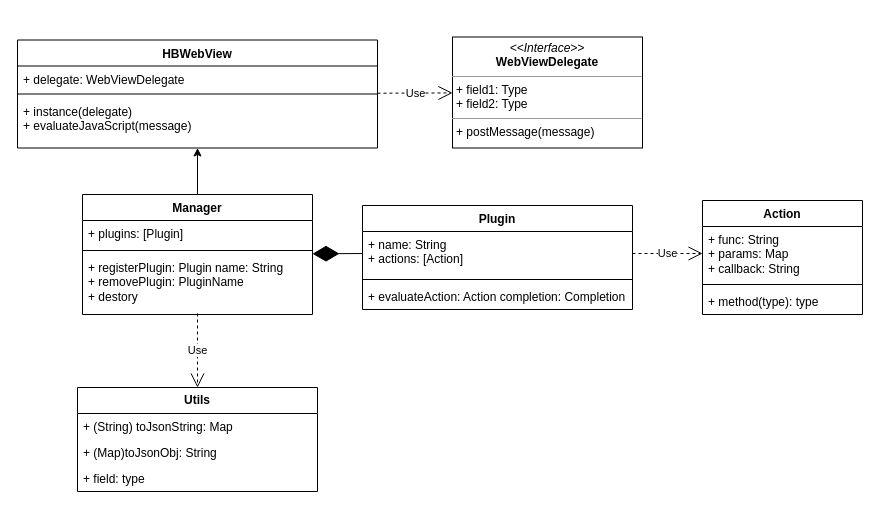
Earlier version of the draw.io diagram 跨端通信方案.drawio (dev-dylan/draw.io). Source tidied: cells renumbered, new cells numbered last; positions are measured from the earlier drawing's top-left corner, leaving out a move shared by most shapes. Both pictures are drawn from the tidied source at 100%, with x=0, y=0 at pixel (17, 37).
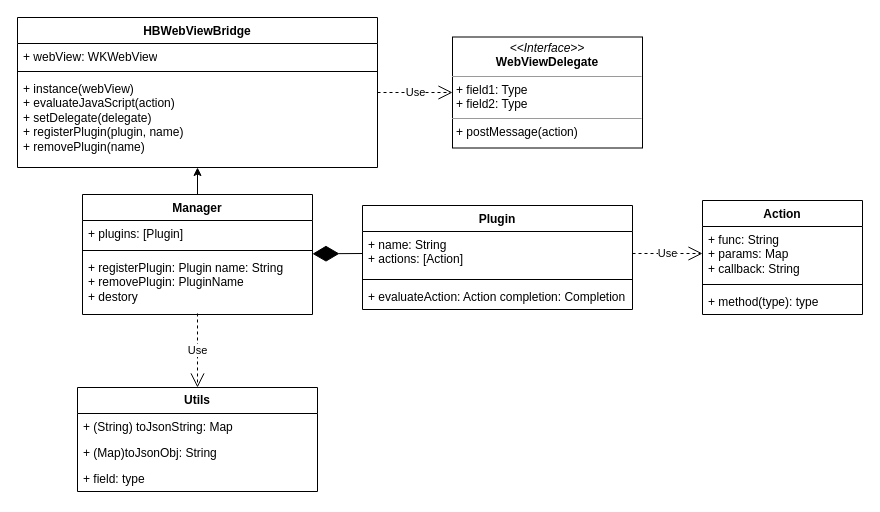
After the change.

Commit message (it also covers changes not shown here):
更新跨端通信方案.drawio

Diff of the diagram source:
```diff
@@
-    <mxCell id="6" value="HBWebView" style="swimlane;fontStyle=1;align=center;verticalAlign=top;horizontal=1;startSize=26;whiteSpace=wrap;html=1;" parent="1" vertex="1">
-      <mxGeometry y="2.5" width="360" height="108" as="geometry" />
+    <mxCell id="6" value="HBWebViewBridge" style="swimlane;fontStyle=1;align=center;verticalAlign=top;horizontal=1;startSize=26;whiteSpace=wrap;html=1;" parent="1" vertex="1">
+      <mxGeometry y="-20" width="360" height="150" as="geometry" />
     </mxCell>
-    <mxCell id="7" value="+ delegate: WebViewDelegate" style="text;strokeColor=none;fillColor=none;align=left;verticalAlign=top;spacingLeft=4;spacingRight=4;overflow=hidden;whiteSpace=wrap;html=1;" parent="6" vertex="1">
+    <mxCell id="7" value="+ webView: WKWebView" style="text;strokeColor=none;fillColor=none;align=left;verticalAlign=top;spacingLeft=4;spacingRight=4;overflow=hidden;whiteSpace=wrap;html=1;" parent="6" vertex="1">
       <mxGeometry y="26" width="360" height="24" as="geometry" />
     </mxCell>
@@
-    <mxCell id="9" value="+ instance(delegate)&lt;br&gt;+ evaluateJavaScript(message)" style="text;strokeColor=none;fillColor=none;align=left;verticalAlign=top;spacingLeft=4;spacingRight=4;overflow=hidden;whiteSpace=wrap;html=1;" parent="6" vertex="1">
-      <mxGeometry y="58" width="360" height="50" as="geometry" />
+    <mxCell id="9" value="+ instance(webView)&lt;br&gt;+ evaluateJavaScript(action)&lt;br&gt;+ setDelegate(delegate)&lt;br&gt;+ registerPlugin(plugin, name)&lt;br&gt;+ removePlugin(name)" style="text;strokeColor=none;fillColor=none;align=left;verticalAlign=top;spacingLeft=4;spacingRight=4;overflow=hidden;whiteSpace=wrap;html=1;" parent="6" vertex="1">
+      <mxGeometry y="58" width="360" height="92" as="geometry" />
     </mxCell>
@@
-    <mxCell id="27" value="&lt;p style=&quot;margin:0px;margin-top:4px;text-align:center;&quot;&gt;&lt;i&gt;&amp;lt;&amp;lt;Interface&amp;gt;&amp;gt;&lt;/i&gt;&lt;br&gt;&lt;b style=&quot;border-color: var(--border-color);&quot;&gt;WebViewDelegate&lt;/b&gt;&lt;br&gt;&lt;/p&gt;&lt;hr size=&quot;1&quot;&gt;&lt;p style=&quot;margin:0px;margin-left:4px;&quot;&gt;+ field1: Type&lt;br&gt;+ field2: Type&lt;/p&gt;&lt;hr size=&quot;1&quot;&gt;&lt;p style=&quot;margin:0px;margin-left:4px;&quot;&gt;+ postMessage(message)&lt;br&gt;&lt;/p&gt;" style="verticalAlign=top;align=left;overflow=fill;fontSize=12;fontFamily=Helvetica;html=1;whiteSpace=wrap;" parent="1" vertex="1">
+    <mxCell id="27" value="&lt;p style=&quot;margin:0px;margin-top:4px;text-align:center;&quot;&gt;&lt;i&gt;&amp;lt;&amp;lt;Interface&amp;gt;&amp;gt;&lt;/i&gt;&lt;br&gt;&lt;b style=&quot;border-color: var(--border-color);&quot;&gt;WebViewDelegate&lt;/b&gt;&lt;br&gt;&lt;/p&gt;&lt;hr size=&quot;1&quot;&gt;&lt;p style=&quot;margin:0px;margin-left:4px;&quot;&gt;+ field1: Type&lt;br&gt;+ field2: Type&lt;/p&gt;&lt;hr size=&quot;1&quot;&gt;&lt;p style=&quot;margin:0px;margin-left:4px;&quot;&gt;+ postMessage(action)&lt;br&gt;&lt;/p&gt;" style="verticalAlign=top;align=left;overflow=fill;fontSize=12;fontFamily=Helvetica;html=1;whiteSpace=wrap;" parent="1" vertex="1">
       <mxGeometry x="435" y="-0.5" width="190" height="111" as="geometry" />
     </mxCell>
```
